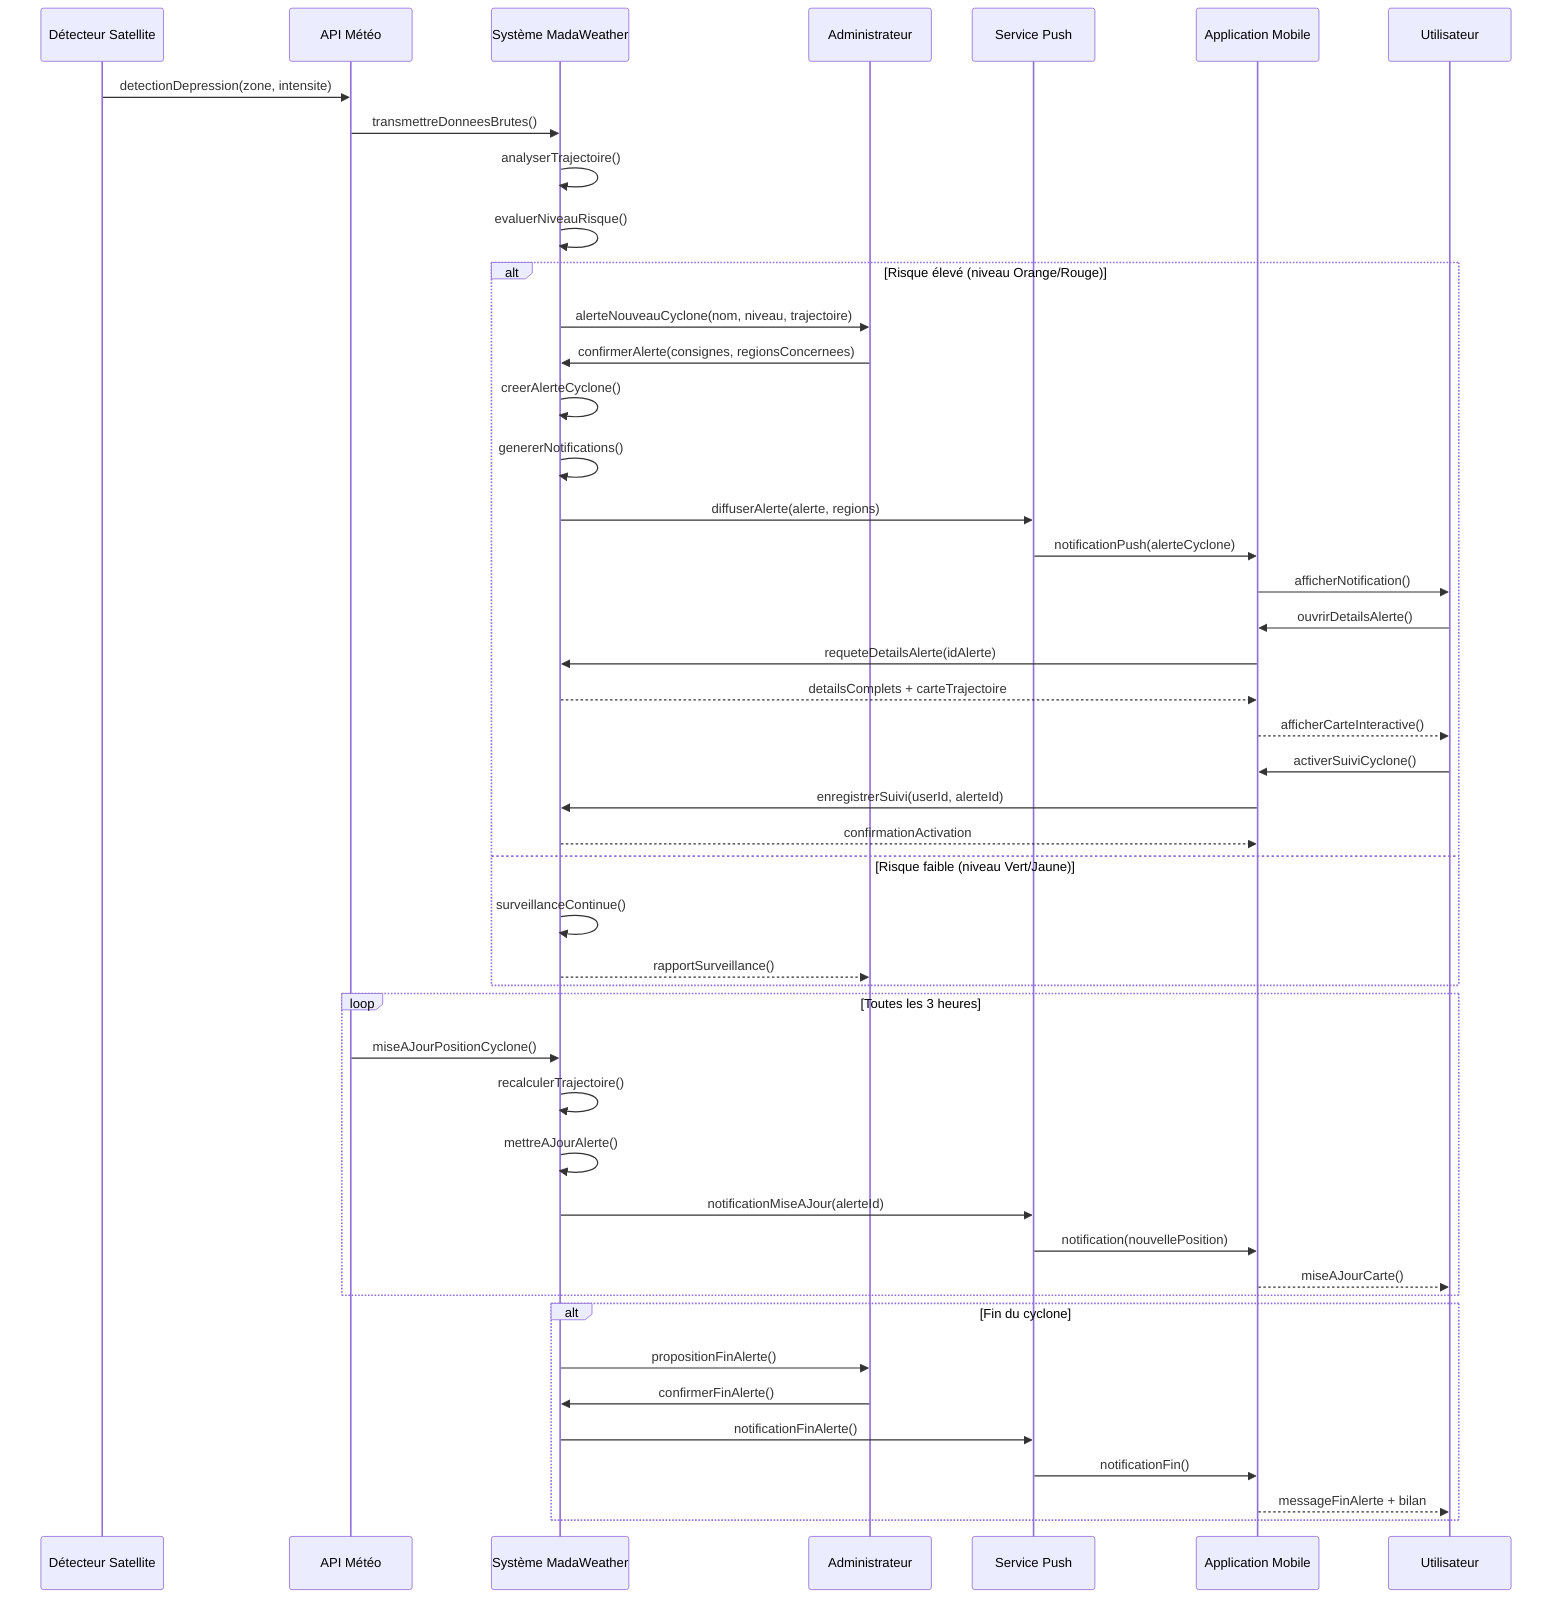
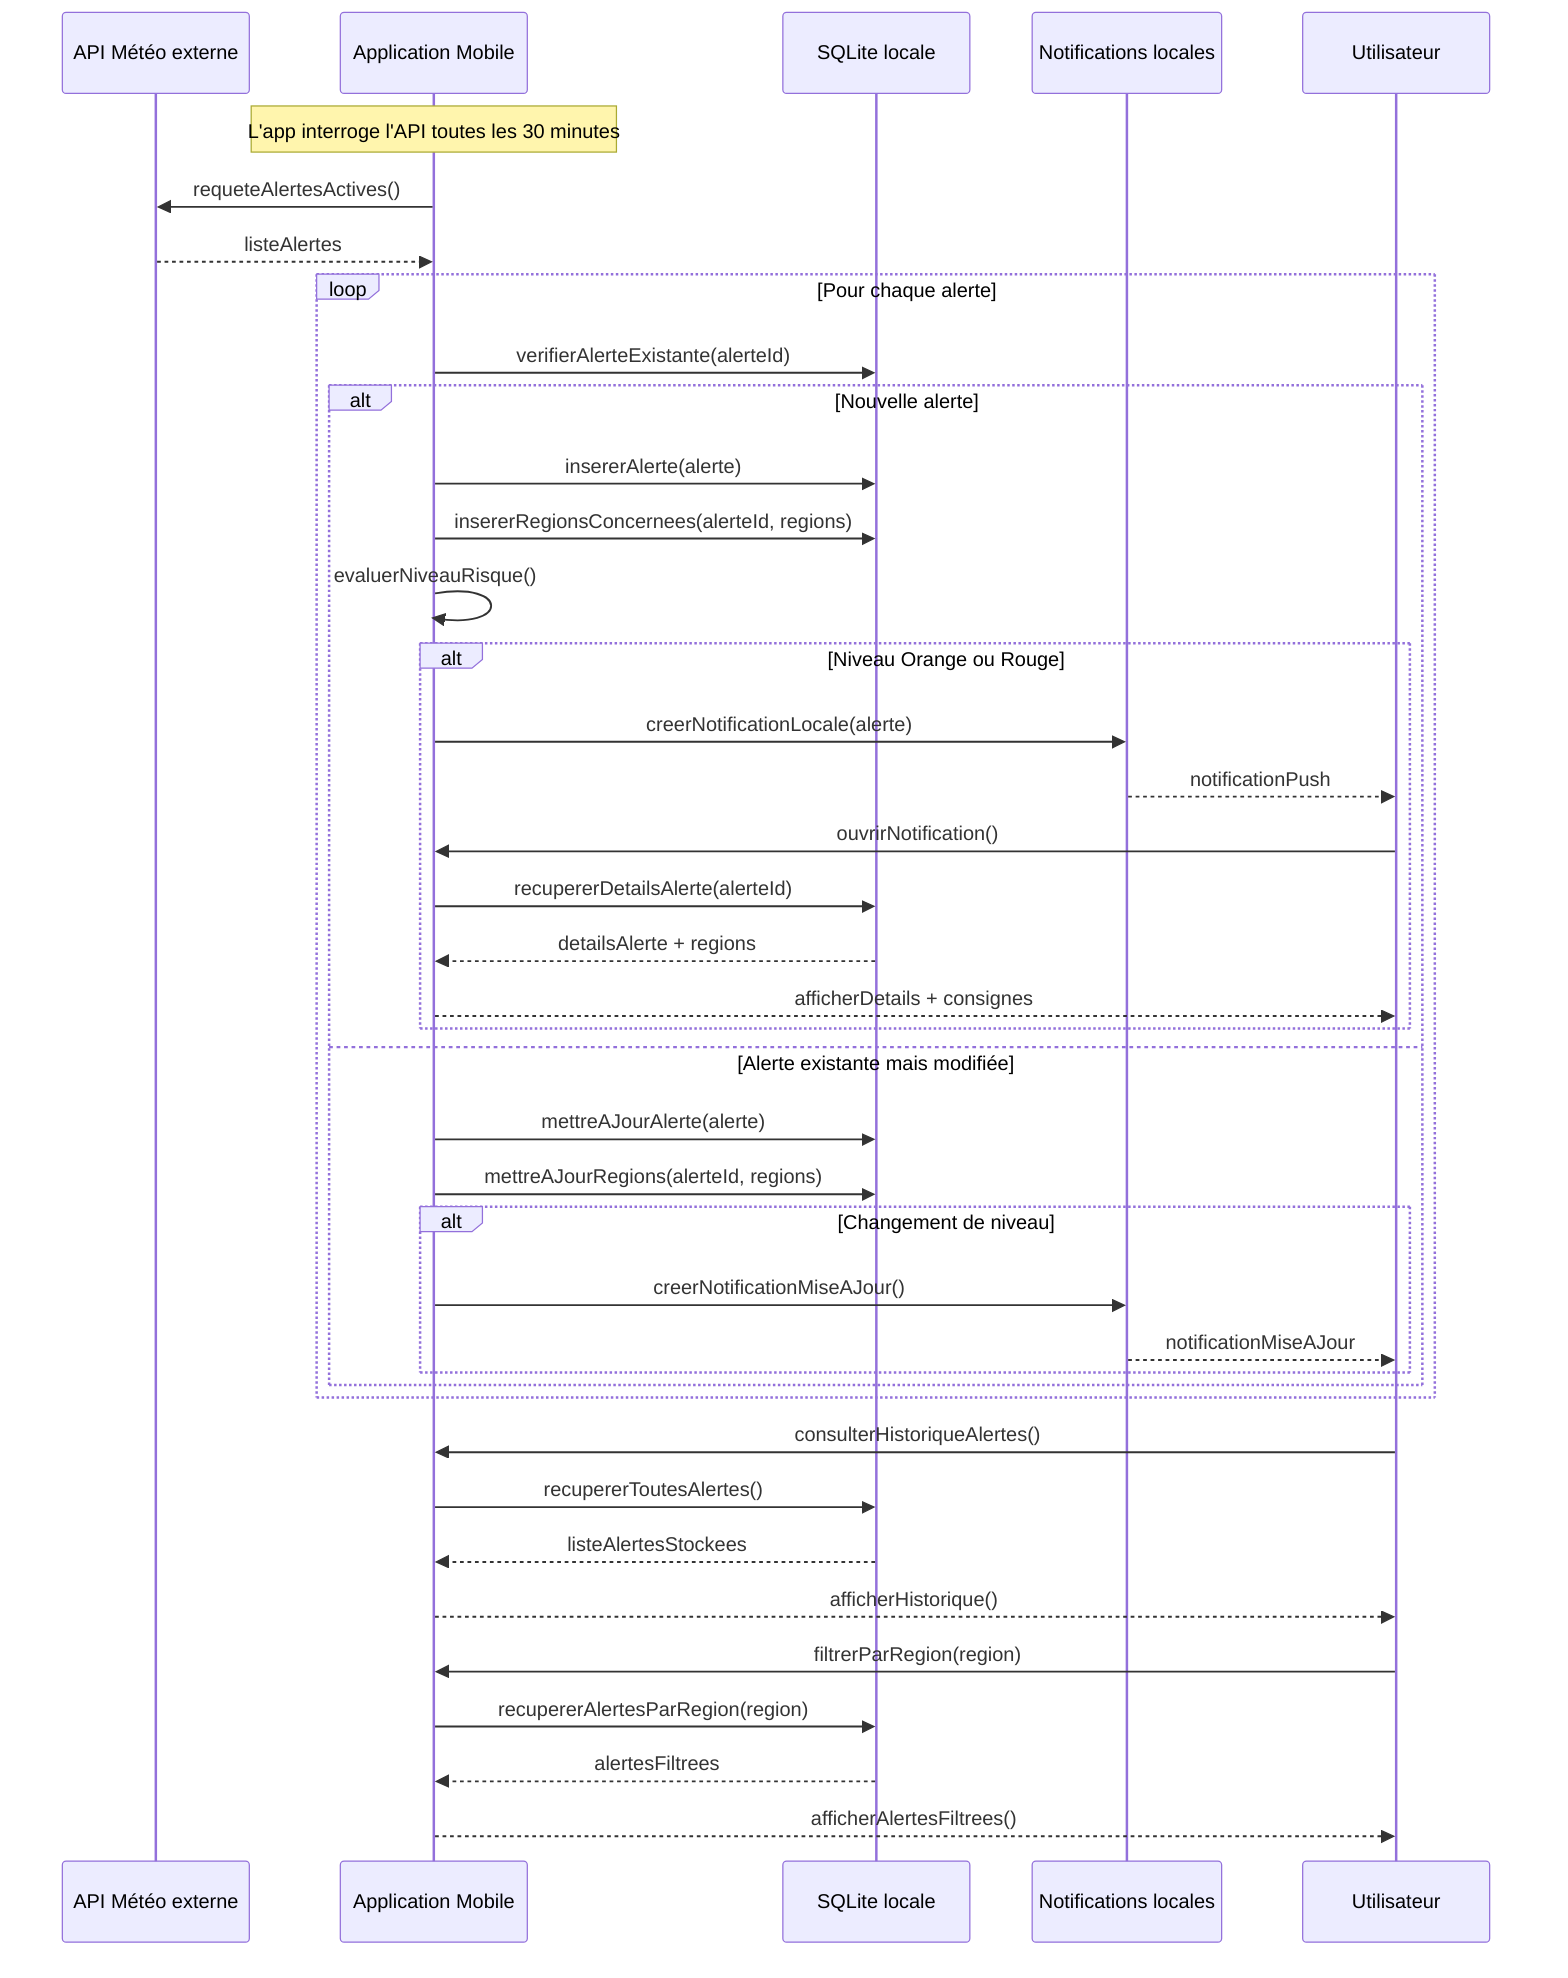
sequenceDiagram
-     participant Satellite as Détecteur Satellite
-     participant API as API Météo
-     participant System as Système MadaWeather
-     participant Admin as Administrateur
-     participant Push as Service Push
+     participant API as API Météo externe
    participant App as Application Mobile
+     participant DB as SQLite locale
+     participant Push as Notifications locales
    participant User as Utilisateur

-     Satellite->>API: detectionDepression(zone, intensite)
-     API->>System: transmettreDonneesBrutes()
-     System->>System: analyserTrajectoire()
-     System->>System: evaluerNiveauRisque()
+     Note over App: L'app interroge l'API toutes les 30 minutes

-     alt Risque élevé (niveau Orange/Rouge)
-         System->>Admin: alerteNouveauCyclone(nom, niveau, trajectoire)
-         Admin->>System: confirmerAlerte(consignes, regionsConcernees)
-         System->>System: creerAlerteCyclone()
-         System->>System: genererNotifications()
-         System->>Push: diffuserAlerte(alerte, regions)
-         Push->>App: notificationPush(alerteCyclone)
-         App->>User: afficherNotification()
-         User->>App: ouvrirDetailsAlerte()
-         App->>System: requeteDetailsAlerte(idAlerte)
-         System-->>App: detailsComplets + carteTrajectoire
-         App-->>User: afficherCarteInteractive()
-         User->>App: activerSuiviCyclone()
-         App->>System: enregistrerSuivi(userId, alerteId)
-         System-->>App: confirmationActivation
-     else Risque faible (niveau Vert/Jaune)
-         System->>System: surveillanceContinue()
-         System-->>Admin: rapportSurveillance()
+     App->>API: requeteAlertesActives()
+     API-->>App: listeAlertes
+ 
+     loop Pour chaque alerte
+         App->>DB: verifierAlerteExistante(alerteId)
+ 
+         alt Nouvelle alerte
+             App->>DB: insererAlerte(alerte)
+             App->>DB: insererRegionsConcernees(alerteId, regions)
+             App->>App: evaluerNiveauRisque()
+ 
+             alt Niveau Orange ou Rouge
+                 App->>Push: creerNotificationLocale(alerte)
+                 Push-->>User: notificationPush
+                 User->>App: ouvrirNotification()
+                 App->>DB: recupererDetailsAlerte(alerteId)
+                 DB-->>App: detailsAlerte + regions
+                 App-->>User: afficherDetails + consignes
+             end
+         else Alerte existante mais modifiée
+             App->>DB: mettreAJourAlerte(alerte)
+             App->>DB: mettreAJourRegions(alerteId, regions)
+ 
+             alt Changement de niveau
+                 App->>Push: creerNotificationMiseAJour()
+                 Push-->>User: notificationMiseAJour
+             end
+         end
    end

-     loop Toutes les 3 heures
-         API->>System: miseAJourPositionCyclone()
-         System->>System: recalculerTrajectoire()
-         System->>System: mettreAJourAlerte()
-         System->>Push: notificationMiseAJour(alerteId)
-         Push->>App: notification(nouvellePosition)
-         App-->>User: miseAJourCarte()
-     end
+     User->>App: consulterHistoriqueAlertes()
+     App->>DB: recupererToutesAlertes()
+     DB-->>App: listeAlertesStockees
+     App-->>User: afficherHistorique()

-     alt Fin du cyclone
-         System->>Admin: propositionFinAlerte()
-         Admin->>System: confirmerFinAlerte()
-         System->>Push: notificationFinAlerte()
-         Push->>App: notificationFin()
-         App-->>User: messageFinAlerte + bilan
-     end+     User->>App: filtrerParRegion(region)
+     App->>DB: recupererAlertesParRegion(region)
+     DB-->>App: alertesFiltrees
+     App-->>User: afficherAlertesFiltrees()